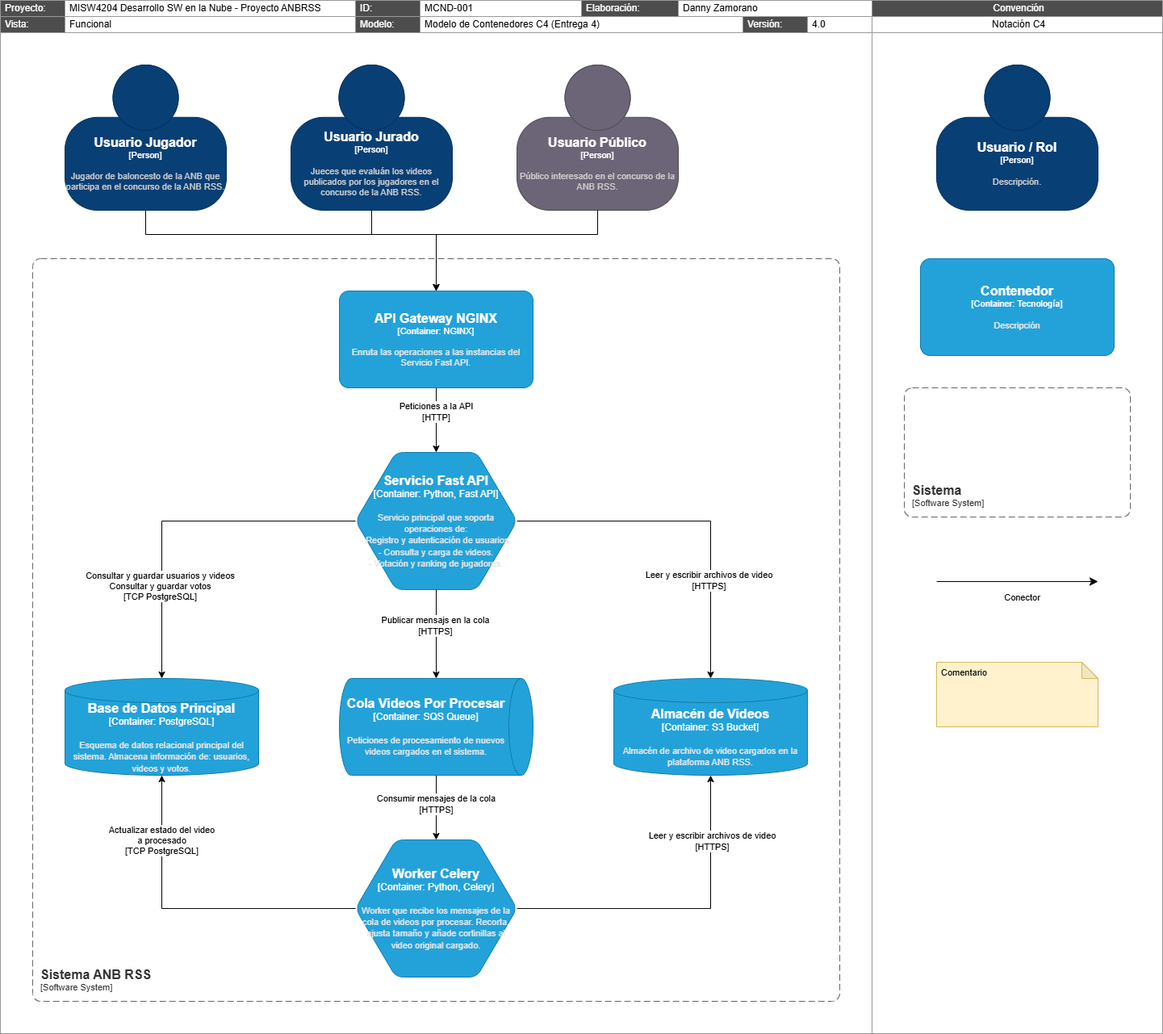
The draw.io diagram docs/Entrega4/diagrama-containers.png in leonelparrales22/ANB-Rising-Stars-Showcase, before a commit. Source tidied: cells renumbered, new cells last; positions are measured from the earlier drawing's top-left corner, leaving out a move shared by most shapes.
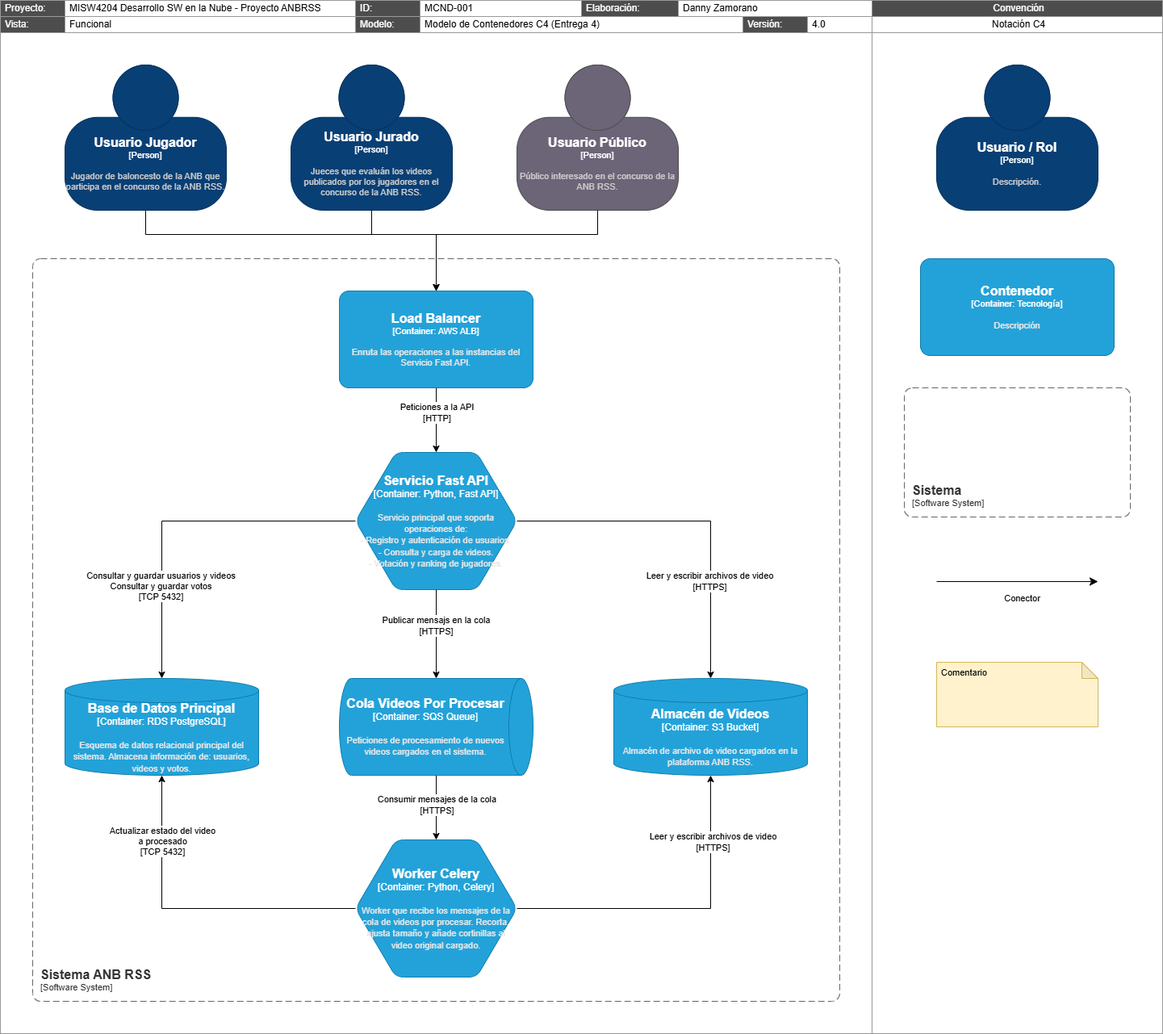
Above is the later version.

Commit message:
[feature/docs-diagrams-e4] Actualización diagramas arquitectura entrega 4.

Diff of the diagram source:
```diff
@@ -116,7 +116,7 @@
         <mxPoint x="4" y="-10" as="offset" />
       </mxGeometry>
     </mxCell>
-    <object id="32" label="&lt;font style=&quot;font-size: 16px&quot;&gt;&lt;b&gt;%c4Name%&lt;/b&gt;&lt;/font&gt;&lt;div&gt;[%c4Type%: %c4Technology%]&lt;/div&gt;&lt;br&gt;&lt;div&gt;&lt;font style=&quot;font-size: 11px&quot;&gt;&lt;font color=&quot;#E6E6E6&quot;&gt;%c4Description%&lt;/font&gt;&lt;/div&gt;" c4Description="Enruta las operaciones a las instancias del Servicio Fast API." c4Name="API Gateway NGINX" c4Technology="NGINX" c4Type="Container" placeholders="1">
+    <object id="32" label="&lt;font style=&quot;font-size: 16px&quot;&gt;&lt;b&gt;%c4Name%&lt;/b&gt;&lt;/font&gt;&lt;div&gt;[%c4Type%: %c4Technology%]&lt;/div&gt;&lt;br&gt;&lt;div&gt;&lt;font style=&quot;font-size: 11px&quot;&gt;&lt;font color=&quot;#E6E6E6&quot;&gt;%c4Description%&lt;/font&gt;&lt;/div&gt;" c4Description="Enruta las operaciones a las instancias del Servicio Fast API." c4Name="Load Balancer" c4Technology="AWS ALB" c4Type="Container" placeholders="1">
       <mxCell style="rounded=1;whiteSpace=wrap;html=1;fontSize=11;labelBackgroundColor=none;fillColor=#23A2D9;fontColor=#ffffff;align=center;arcSize=10;strokeColor=#0E7DAD;points=[[0.25,0,0],[0.5,0,0],[0.75,0,0],[1,0.25,0],[1,0.5,0],[1,0.75,0],[0.75,1,0],[0.5,1,0],[0.25,1,0],[0,0.75,0],[0,0.5,0],[0,0.25,0]];" parent="24" vertex="1">
         <mxGeometry x="420" y="360" width="240" height="120" as="geometry" />
       </mxCell>
@@ -124,7 +124,7 @@
     <mxCell id="33" style="edgeStyle=orthogonalEdgeStyle;rounded=0;jettySize=auto;html=1;" parent="24" edge="1" source="37" target="39">
       <mxGeometry relative="1" as="geometry" />
     </mxCell>
-    <mxCell id="34" value="&lt;div&gt;Consultar y guardar usuarios y videos&lt;br&gt;&lt;/div&gt;&lt;div&gt;Consultar y guardar votos&lt;/div&gt;[TCP PostgreSQL]" style="edgeLabel;html=1;align=center;verticalAlign=middle;" parent="33" vertex="1">
+    <mxCell id="34" value="&lt;div&gt;Consultar y guardar usuarios y videos&lt;br&gt;&lt;/div&gt;&lt;div&gt;Consultar y guardar votos&lt;/div&gt;[TCP 5432]" style="edgeLabel;html=1;align=center;verticalAlign=middle;" parent="33" vertex="1">
       <mxGeometry x="0.47" y="-2" relative="1" as="geometry" />
     </mxCell>
     <mxCell id="35" style="edgeStyle=orthogonalEdgeStyle;rounded=0;jettySize=auto;html=1;" parent="24" edge="1" source="37" target="38">
@@ -143,7 +143,7 @@
         <mxGeometry x="760" y="840" width="240" height="120" as="geometry" />
       </mxCell>
     </object>
-    <object id="39" label="&lt;font style=&quot;font-size: 16px&quot;&gt;&lt;b&gt;%c4Name%&lt;/b&gt;&lt;/font&gt;&lt;div&gt;[%c4Type%:&amp;nbsp;%c4Technology%]&lt;/div&gt;&lt;br&gt;&lt;div&gt;&lt;font style=&quot;font-size: 11px&quot;&gt;&lt;font color=&quot;#E6E6E6&quot;&gt;%c4Description%&lt;/font&gt;&lt;/div&gt;" c4Description="Esquema de datos relacional principal del sistema. Almacena información de: usuarios, videos y votos." c4Name="Base de Datos Principal" c4Technology="PostgreSQL" c4Type="Container" placeholders="1">
+    <object id="39" label="&lt;font style=&quot;font-size: 16px&quot;&gt;&lt;b&gt;%c4Name%&lt;/b&gt;&lt;/font&gt;&lt;div&gt;[%c4Type%:&amp;nbsp;%c4Technology%]&lt;/div&gt;&lt;br&gt;&lt;div&gt;&lt;font style=&quot;font-size: 11px&quot;&gt;&lt;font color=&quot;#E6E6E6&quot;&gt;%c4Description%&lt;/font&gt;&lt;/div&gt;" c4Description="Esquema de datos relacional principal del sistema. Almacena información de: usuarios, videos y votos." c4Name="Base de Datos Principal" c4Technology="RDS PostgreSQL" c4Type="Container" placeholders="1">
       <mxCell style="shape=cylinder3;size=15;whiteSpace=wrap;html=1;boundedLbl=1;rounded=0;labelBackgroundColor=none;fillColor=#23A2D9;fontSize=12;fontColor=#ffffff;align=center;strokeColor=#0E7DAD;points=[[0.5,0,0],[1,0.25,0],[1,0.5,0],[1,0.75,0],[0.5,1,0],[0,0.75,0],[0,0.5,0],[0,0.25,0]];" parent="24" vertex="1">
         <mxGeometry x="80" y="840" width="240" height="120" as="geometry" />
       </mxCell>
@@ -164,7 +164,7 @@
     <mxCell id="43" style="edgeStyle=orthogonalEdgeStyle;rounded=0;jettySize=auto;html=1;" parent="24" edge="1" source="45" target="39">
       <mxGeometry relative="1" as="geometry" />
     </mxCell>
-    <mxCell id="44" value="&lt;div&gt;Actualizar estado del video&lt;/div&gt;&lt;div&gt;a procesado&lt;/div&gt;[TCP PostgreSQL]" style="edgeLabel;html=1;align=center;verticalAlign=middle;" parent="43" vertex="1">
+    <mxCell id="44" value="&lt;div&gt;Actualizar estado del video&lt;/div&gt;&lt;div&gt;a procesado&lt;/div&gt;[TCP 5432]" style="edgeLabel;html=1;align=center;verticalAlign=middle;" parent="43" vertex="1">
       <mxGeometry x="0.6" relative="1" as="geometry" />
     </mxCell>
     <object id="45" label="&lt;font style=&quot;font-size: 16px&quot;&gt;&lt;b&gt;%c4Name%&lt;/b&gt;&lt;/font&gt;&lt;div&gt;[%c4Type%:&amp;nbsp;%c4Technology%]&lt;/div&gt;&lt;br&gt;&lt;div&gt;&lt;font style=&quot;font-size: 11px&quot;&gt;&lt;font color=&quot;#E6E6E6&quot;&gt;%c4Description%&lt;/font&gt;&lt;/div&gt;" c4Description="Worker que recibe los mensajes de la cola de videos por procesar. Recorta, ajusta tamaño y añade cortinillas al video original cargado." c4Name="Worker Celery" c4Technology="Python, Celery" c4Type="Container" placeholders="1">
```
